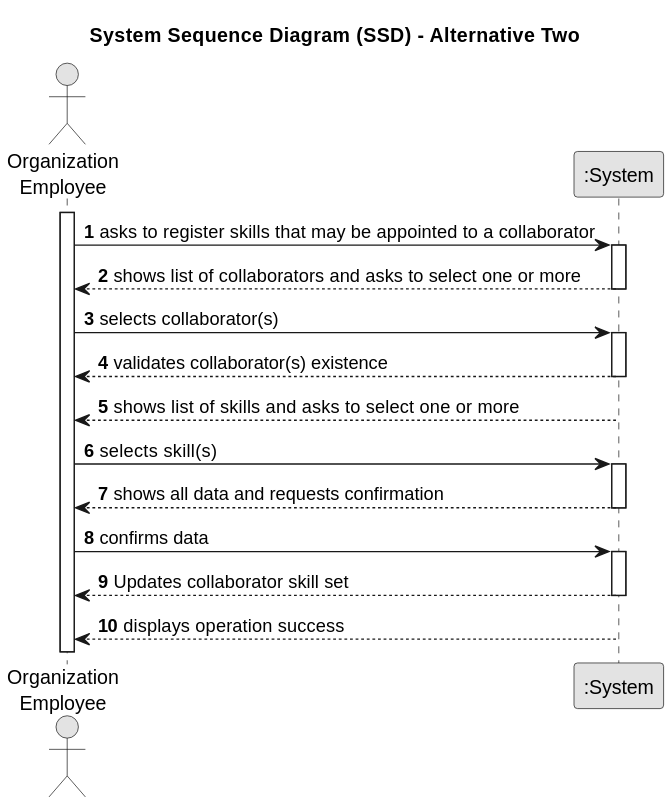
Above: docs/sprint2/us004/01.requirements-engineering/svg/us004-system-sequence-diagram-alternative-two.svg in tiagosoa/lei-24-s2-1dgh-g073 (PlantUML), before the change. Its diagram source:
```plantuml
@startuml
skinparam monochrome true
skinparam packageStyle rectangle
skinparam shadowing false

title System Sequence Diagram (SSD) - Alternative Two

autonumber

actor "Organization\nEmployee" as Employee
participant ":System" as System

activate Employee

    Employee -> System : asks to register skills that may be appointed to a collaborator
    activate System

    System --> Employee : shows list of collaborators and asks to select one or more
    deactivate System

    Employee -> System : selects collaborator(s)
    activate System

    System --> Employee : validates collaborator(s) existence
    deactivate System

    System --> Employee : shows list of skills and asks to select one or more
    deactivate System

    Employee -> System : selects skill(s)
    activate System

    System --> Employee : shows all data and requests confirmation
    deactivate System

    Employee -> System : confirms data
    activate System

    System --> Employee : Updates collaborator skill set
    deactivate System

    System --> Employee : displays operation success
    deactivate System
@enduml
```
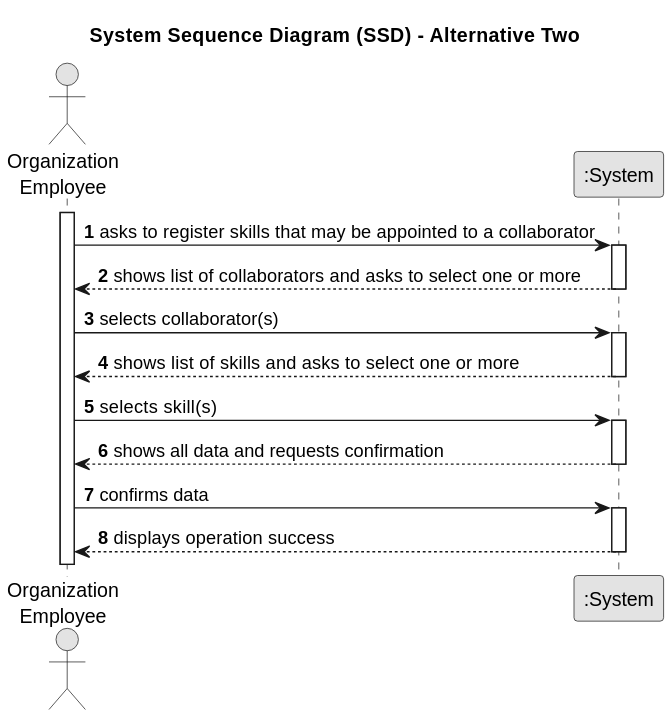
The same diagram one commit later.

Diff of the diagram source:
```diff
@@ -21,9 +21,6 @@
     Employee -> System : selects collaborator(s)
     activate System
 
-    System --> Employee : validates collaborator(s) existence
-    deactivate System
-
     System --> Employee : shows list of skills and asks to select one or more
     deactivate System
 
@@ -36,9 +33,6 @@
     Employee -> System : confirms data
     activate System
 
-    System --> Employee : Updates collaborator skill set
-    deactivate System
-
     System --> Employee : displays operation success
     deactivate System
 @enduml
```
